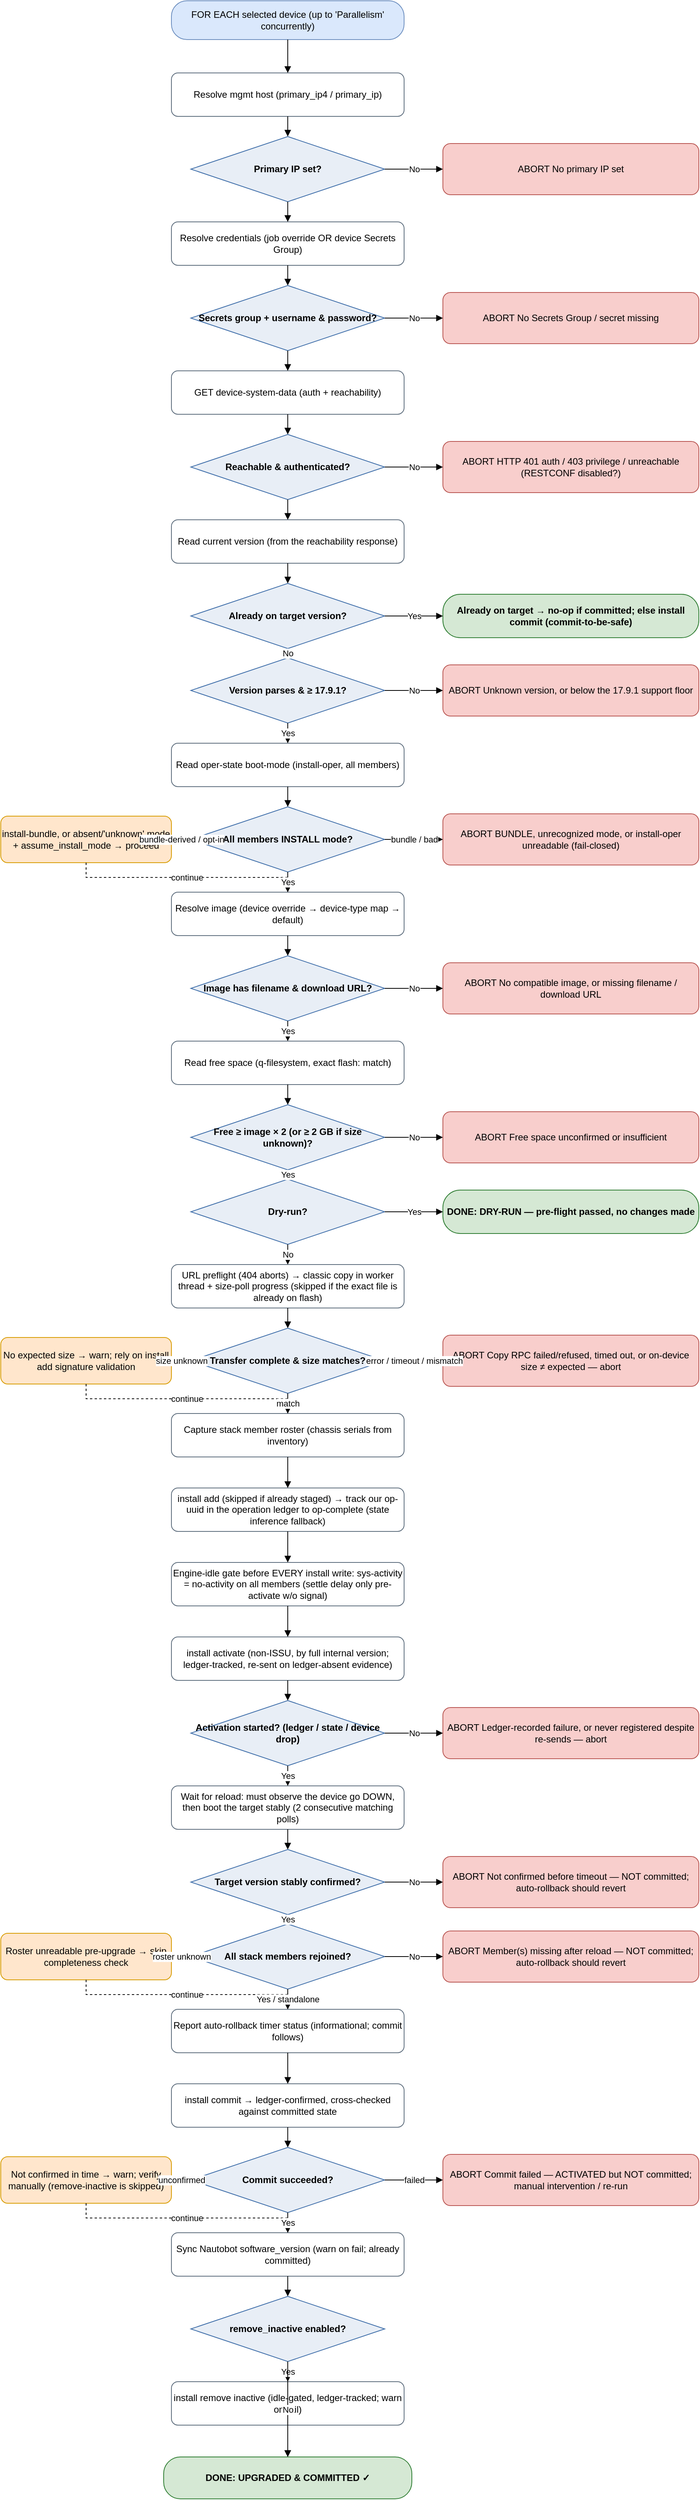
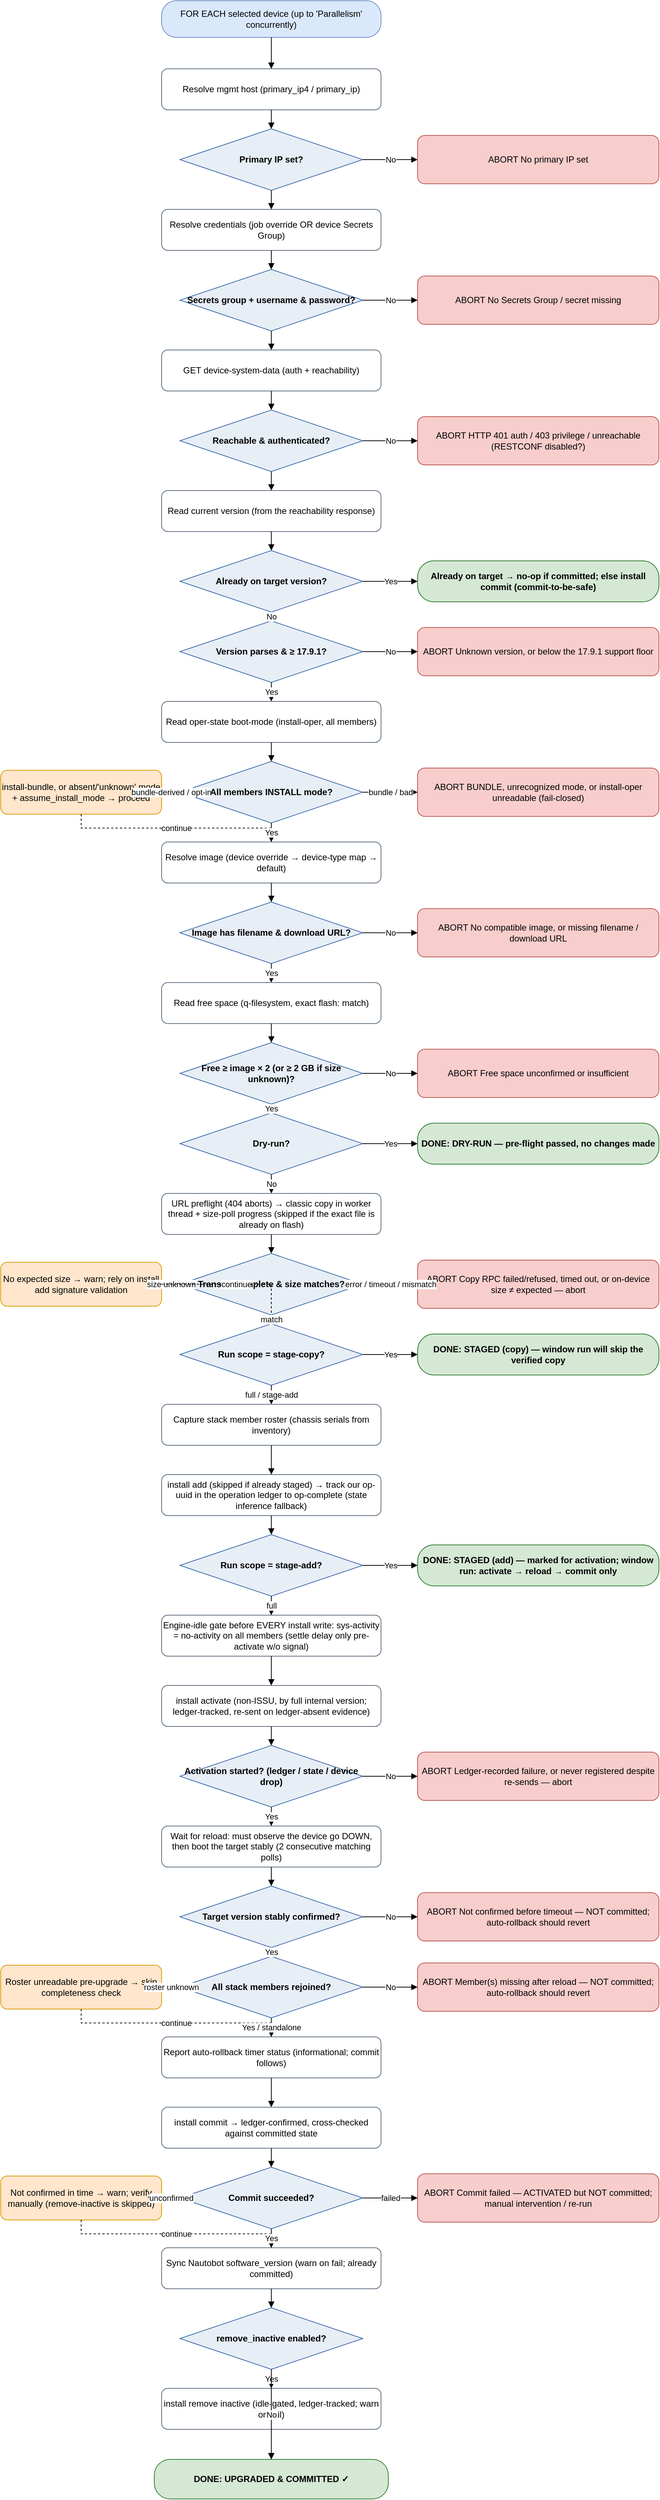
<mxfile host="app.diagrams.net" type="device">
  <diagram name="IOS-XE upgrade flow" id="iosxe-upgrade-flow">
    <mxGraphModel dx="1000" dy="2000" grid="1" gridSize="10" guides="1" tooltips="1"
        connect="1" arrows="1" fold="1" page="1" pageScale="1" math="0" shadow="0">
      <root>
        <mxCell id="0"/>
        <mxCell id="1" parent="0"/>
        <mxCell id="start" value="FOR EACH selected device&amp;#10;(up to &#x27;Parallelism&#x27; concurrently)" style="rounded=1;arcSize=40;whiteSpace=wrap;html=1;fillColor=#DAE8FC;strokeColor=#6C8EBF;" vertex="1" parent="1"><mxGeometry x="250" y="31" width="300" height="50" as="geometry"/></mxCell>
        <mxCell id="host" value="Resolve mgmt host&amp;#10;(primary_ip4 / primary_ip)" style="rounded=1;whiteSpace=wrap;html=1;fillColor=#FFFFFF;strokeColor=#5B6B7B;" vertex="1" parent="1"><mxGeometry x="250" y="124" width="300" height="56" as="geometry"/></mxCell>
        <mxCell id="d_ip" value="Primary IP set?" style="rhombus;whiteSpace=wrap;html=1;fillColor=#E8EEF6;strokeColor=#3C6CA8;fontStyle=1;" vertex="1" parent="1"><mxGeometry x="275" y="206" width="250" height="84" as="geometry"/></mxCell>
        <mxCell id="cred" value="Resolve credentials&amp;#10;(job override OR device Secrets Group)" style="rounded=1;whiteSpace=wrap;html=1;fillColor=#FFFFFF;strokeColor=#5B6B7B;" vertex="1" parent="1"><mxGeometry x="250" y="316" width="300" height="56" as="geometry"/></mxCell>
        <mxCell id="d_cred" value="Secrets group +&amp;#10;username &amp; password?" style="rhombus;whiteSpace=wrap;html=1;fillColor=#E8EEF6;strokeColor=#3C6CA8;fontStyle=1;" vertex="1" parent="1"><mxGeometry x="275" y="398" width="250" height="84" as="geometry"/></mxCell>
        <mxCell id="reach" value="GET device-system-data&amp;#10;(auth + reachability)" style="rounded=1;whiteSpace=wrap;html=1;fillColor=#FFFFFF;strokeColor=#5B6B7B;" vertex="1" parent="1"><mxGeometry x="250" y="508" width="300" height="56" as="geometry"/></mxCell>
        <mxCell id="d_reach" value="Reachable &amp;&amp;#10;authenticated?" style="rhombus;whiteSpace=wrap;html=1;fillColor=#E8EEF6;strokeColor=#3C6CA8;fontStyle=1;" vertex="1" parent="1"><mxGeometry x="275" y="590" width="250" height="84" as="geometry"/></mxCell>
        <mxCell id="curr" value="Read current version&amp;#10;(from the reachability response)" style="rounded=1;whiteSpace=wrap;html=1;fillColor=#FFFFFF;strokeColor=#5B6B7B;" vertex="1" parent="1"><mxGeometry x="250" y="700" width="300" height="56" as="geometry"/></mxCell>
        <mxCell id="d_target" value="Already on&amp;#10;target version?" style="rhombus;whiteSpace=wrap;html=1;fillColor=#E8EEF6;strokeColor=#3C6CA8;fontStyle=1;" vertex="1" parent="1"><mxGeometry x="275" y="782" width="250" height="84" as="geometry"/></mxCell>
        <mxCell id="d_floor" value="Version parses&amp;#10;&amp; ≥ 17.9.1?" style="rhombus;whiteSpace=wrap;html=1;fillColor=#E8EEF6;strokeColor=#3C6CA8;fontStyle=1;" vertex="1" parent="1"><mxGeometry x="275" y="878" width="250" height="84" as="geometry"/></mxCell>
        <mxCell id="mode" value="Read oper-state boot-mode&amp;#10;(install-oper, all members)" style="rounded=1;whiteSpace=wrap;html=1;fillColor=#FFFFFF;strokeColor=#5B6B7B;" vertex="1" parent="1"><mxGeometry x="250" y="988" width="300" height="56" as="geometry"/></mxCell>
        <mxCell id="d_mode" value="All members&amp;#10;INSTALL mode?" style="rhombus;whiteSpace=wrap;html=1;fillColor=#E8EEF6;strokeColor=#3C6CA8;fontStyle=1;" vertex="1" parent="1"><mxGeometry x="275" y="1070" width="250" height="84" as="geometry"/></mxCell>
        <mxCell id="img" value="Resolve image (device override →&amp;#10;device-type map → default)" style="rounded=1;whiteSpace=wrap;html=1;fillColor=#FFFFFF;strokeColor=#5B6B7B;" vertex="1" parent="1"><mxGeometry x="250" y="1180" width="300" height="56" as="geometry"/></mxCell>
        <mxCell id="d_img" value="Image has filename&amp;#10;&amp; download URL?" style="rhombus;whiteSpace=wrap;html=1;fillColor=#E8EEF6;strokeColor=#3C6CA8;fontStyle=1;" vertex="1" parent="1"><mxGeometry x="275" y="1262" width="250" height="84" as="geometry"/></mxCell>
        <mxCell id="space" value="Read free space&amp;#10;(q-filesystem, exact flash: match)" style="rounded=1;whiteSpace=wrap;html=1;fillColor=#FFFFFF;strokeColor=#5B6B7B;" vertex="1" parent="1"><mxGeometry x="250" y="1372" width="300" height="56" as="geometry"/></mxCell>
        <mxCell id="d_space" value="Free ≥ image × 2&amp;#10;(or ≥ 2 GB if size unknown)?" style="rhombus;whiteSpace=wrap;html=1;fillColor=#E8EEF6;strokeColor=#3C6CA8;fontStyle=1;" vertex="1" parent="1"><mxGeometry x="275" y="1454" width="250" height="84" as="geometry"/></mxCell>
        <mxCell id="d_dry" value="Dry-run?" style="rhombus;whiteSpace=wrap;html=1;fillColor=#E8EEF6;strokeColor=#3C6CA8;fontStyle=1;" vertex="1" parent="1"><mxGeometry x="275" y="1550" width="250" height="84" as="geometry"/></mxCell>
        <mxCell id="copy" value="URL preflight (404 aborts) → classic copy in&amp;#10;worker thread + size-poll progress&amp;#10;(skipped if the exact file is already on flash)" style="rounded=1;whiteSpace=wrap;html=1;fillColor=#FFFFFF;strokeColor=#5B6B7B;" vertex="1" parent="1"><mxGeometry x="250" y="1660" width="300" height="56" as="geometry"/></mxCell>
        <mxCell id="d_size" value="Transfer complete&amp;#10;&amp; size matches?" style="rhombus;whiteSpace=wrap;html=1;fillColor=#E8EEF6;strokeColor=#3C6CA8;fontStyle=1;" vertex="1" parent="1"><mxGeometry x="275" y="1742" width="250" height="84" as="geometry"/></mxCell>
-         <mxCell id="roster" value="Capture stack member roster&amp;#10;(chassis serials from inventory)" style="rounded=1;whiteSpace=wrap;html=1;fillColor=#FFFFFF;strokeColor=#5B6B7B;" vertex="1" parent="1"><mxGeometry x="250" y="1852" width="300" height="56" as="geometry"/></mxCell>
-         <mxCell id="add" value="install add (skipped if already staged) →&amp;#10;track our op-uuid in the operation ledger&amp;#10;to op-complete (state inference fallback)" style="rounded=1;whiteSpace=wrap;html=1;fillColor=#FFFFFF;strokeColor=#5B6B7B;" vertex="1" parent="1"><mxGeometry x="250" y="1948" width="300" height="56" as="geometry"/></mxCell>
-         <mxCell id="idle" value="Engine-idle gate before EVERY install write:&amp;#10;sys-activity = no-activity on all members&amp;#10;(settle delay only pre-activate w/o signal)" style="rounded=1;whiteSpace=wrap;html=1;fillColor=#FFFFFF;strokeColor=#5B6B7B;" vertex="1" parent="1"><mxGeometry x="250" y="2044" width="300" height="56" as="geometry"/></mxCell>
-         <mxCell id="act" value="install activate (non-ISSU, by full internal&amp;#10;version; ledger-tracked,&amp;#10;re-sent on ledger-absent evidence)" style="rounded=1;whiteSpace=wrap;html=1;fillColor=#FFFFFF;strokeColor=#5B6B7B;" vertex="1" parent="1"><mxGeometry x="250" y="2140" width="300" height="56" as="geometry"/></mxCell>
-         <mxCell id="d_act" value="Activation started?&amp;#10;(ledger / state / device drop)" style="rhombus;whiteSpace=wrap;html=1;fillColor=#E8EEF6;strokeColor=#3C6CA8;fontStyle=1;" vertex="1" parent="1"><mxGeometry x="275" y="2222" width="250" height="84" as="geometry"/></mxCell>
-         <mxCell id="waitc" value="Wait for reload: must observe the device&amp;#10;go DOWN, then boot the target stably&amp;#10;(2 consecutive matching polls)" style="rounded=1;whiteSpace=wrap;html=1;fillColor=#FFFFFF;strokeColor=#5B6B7B;" vertex="1" parent="1"><mxGeometry x="250" y="2332" width="300" height="56" as="geometry"/></mxCell>
-         <mxCell id="d_confirm" value="Target version&amp;#10;stably confirmed?" style="rhombus;whiteSpace=wrap;html=1;fillColor=#E8EEF6;strokeColor=#3C6CA8;fontStyle=1;" vertex="1" parent="1"><mxGeometry x="275" y="2414" width="250" height="84" as="geometry"/></mxCell>
-         <mxCell id="d_members" value="All stack members&amp;#10;rejoined?" style="rhombus;whiteSpace=wrap;html=1;fillColor=#E8EEF6;strokeColor=#3C6CA8;fontStyle=1;" vertex="1" parent="1"><mxGeometry x="275" y="2510" width="250" height="84" as="geometry"/></mxCell>
-         <mxCell id="rollbackchk" value="Report auto-rollback timer status&amp;#10;(informational; commit follows)" style="rounded=1;whiteSpace=wrap;html=1;fillColor=#FFFFFF;strokeColor=#5B6B7B;" vertex="1" parent="1"><mxGeometry x="250" y="2620" width="300" height="56" as="geometry"/></mxCell>
-         <mxCell id="commit" value="install commit → ledger-confirmed,&amp;#10;cross-checked against committed state" style="rounded=1;whiteSpace=wrap;html=1;fillColor=#FFFFFF;strokeColor=#5B6B7B;" vertex="1" parent="1"><mxGeometry x="250" y="2716" width="300" height="56" as="geometry"/></mxCell>
-         <mxCell id="d_commit" value="Commit&amp;#10;succeeded?" style="rhombus;whiteSpace=wrap;html=1;fillColor=#E8EEF6;strokeColor=#3C6CA8;fontStyle=1;" vertex="1" parent="1"><mxGeometry x="275" y="2798" width="250" height="84" as="geometry"/></mxCell>
-         <mxCell id="sync" value="Sync Nautobot software_version&amp;#10;(warn on fail; already committed)" style="rounded=1;whiteSpace=wrap;html=1;fillColor=#FFFFFF;strokeColor=#5B6B7B;" vertex="1" parent="1"><mxGeometry x="250" y="2908" width="300" height="56" as="geometry"/></mxCell>
-         <mxCell id="d_remove" value="remove_inactive&amp;#10;enabled?" style="rhombus;whiteSpace=wrap;html=1;fillColor=#E8EEF6;strokeColor=#3C6CA8;fontStyle=1;" vertex="1" parent="1"><mxGeometry x="275" y="2990" width="250" height="84" as="geometry"/></mxCell>
-         <mxCell id="remove" value="install remove inactive (idle-gated,&amp;#10;ledger-tracked; warn on fail)" style="rounded=1;whiteSpace=wrap;html=1;fillColor=#FFFFFF;strokeColor=#5B6B7B;" vertex="1" parent="1"><mxGeometry x="250" y="3100" width="300" height="56" as="geometry"/></mxCell>
-         <mxCell id="ok" value="DONE: UPGRADED &amp; COMMITTED ✓" style="rounded=1;arcSize=40;whiteSpace=wrap;html=1;fillColor=#D5E8D4;strokeColor=#2E7D32;fontStyle=1;" vertex="1" parent="1"><mxGeometry x="240" y="3197" width="320" height="54" as="geometry"/></mxCell>
+         <mxCell id="d_stagecopy" value="Run scope =&amp;#10;stage-copy?" style="rhombus;whiteSpace=wrap;html=1;fillColor=#E8EEF6;strokeColor=#3C6CA8;fontStyle=1;" vertex="1" parent="1"><mxGeometry x="275" y="1838" width="250" height="84" as="geometry"/></mxCell>
+         <mxCell id="roster" value="Capture stack member roster&amp;#10;(chassis serials from inventory)" style="rounded=1;whiteSpace=wrap;html=1;fillColor=#FFFFFF;strokeColor=#5B6B7B;" vertex="1" parent="1"><mxGeometry x="250" y="1948" width="300" height="56" as="geometry"/></mxCell>
+         <mxCell id="add" value="install add (skipped if already staged) →&amp;#10;track our op-uuid in the operation ledger&amp;#10;to op-complete (state inference fallback)" style="rounded=1;whiteSpace=wrap;html=1;fillColor=#FFFFFF;strokeColor=#5B6B7B;" vertex="1" parent="1"><mxGeometry x="250" y="2044" width="300" height="56" as="geometry"/></mxCell>
+         <mxCell id="d_stageadd" value="Run scope =&amp;#10;stage-add?" style="rhombus;whiteSpace=wrap;html=1;fillColor=#E8EEF6;strokeColor=#3C6CA8;fontStyle=1;" vertex="1" parent="1"><mxGeometry x="275" y="2126" width="250" height="84" as="geometry"/></mxCell>
+         <mxCell id="idle" value="Engine-idle gate before EVERY install write:&amp;#10;sys-activity = no-activity on all members&amp;#10;(settle delay only pre-activate w/o signal)" style="rounded=1;whiteSpace=wrap;html=1;fillColor=#FFFFFF;strokeColor=#5B6B7B;" vertex="1" parent="1"><mxGeometry x="250" y="2236" width="300" height="56" as="geometry"/></mxCell>
+         <mxCell id="act" value="install activate (non-ISSU, by full internal&amp;#10;version; ledger-tracked,&amp;#10;re-sent on ledger-absent evidence)" style="rounded=1;whiteSpace=wrap;html=1;fillColor=#FFFFFF;strokeColor=#5B6B7B;" vertex="1" parent="1"><mxGeometry x="250" y="2332" width="300" height="56" as="geometry"/></mxCell>
+         <mxCell id="d_act" value="Activation started?&amp;#10;(ledger / state / device drop)" style="rhombus;whiteSpace=wrap;html=1;fillColor=#E8EEF6;strokeColor=#3C6CA8;fontStyle=1;" vertex="1" parent="1"><mxGeometry x="275" y="2414" width="250" height="84" as="geometry"/></mxCell>
+         <mxCell id="waitc" value="Wait for reload: must observe the device&amp;#10;go DOWN, then boot the target stably&amp;#10;(2 consecutive matching polls)" style="rounded=1;whiteSpace=wrap;html=1;fillColor=#FFFFFF;strokeColor=#5B6B7B;" vertex="1" parent="1"><mxGeometry x="250" y="2524" width="300" height="56" as="geometry"/></mxCell>
+         <mxCell id="d_confirm" value="Target version&amp;#10;stably confirmed?" style="rhombus;whiteSpace=wrap;html=1;fillColor=#E8EEF6;strokeColor=#3C6CA8;fontStyle=1;" vertex="1" parent="1"><mxGeometry x="275" y="2606" width="250" height="84" as="geometry"/></mxCell>
+         <mxCell id="d_members" value="All stack members&amp;#10;rejoined?" style="rhombus;whiteSpace=wrap;html=1;fillColor=#E8EEF6;strokeColor=#3C6CA8;fontStyle=1;" vertex="1" parent="1"><mxGeometry x="275" y="2702" width="250" height="84" as="geometry"/></mxCell>
+         <mxCell id="rollbackchk" value="Report auto-rollback timer status&amp;#10;(informational; commit follows)" style="rounded=1;whiteSpace=wrap;html=1;fillColor=#FFFFFF;strokeColor=#5B6B7B;" vertex="1" parent="1"><mxGeometry x="250" y="2812" width="300" height="56" as="geometry"/></mxCell>
+         <mxCell id="commit" value="install commit → ledger-confirmed,&amp;#10;cross-checked against committed state" style="rounded=1;whiteSpace=wrap;html=1;fillColor=#FFFFFF;strokeColor=#5B6B7B;" vertex="1" parent="1"><mxGeometry x="250" y="2908" width="300" height="56" as="geometry"/></mxCell>
+         <mxCell id="d_commit" value="Commit&amp;#10;succeeded?" style="rhombus;whiteSpace=wrap;html=1;fillColor=#E8EEF6;strokeColor=#3C6CA8;fontStyle=1;" vertex="1" parent="1"><mxGeometry x="275" y="2990" width="250" height="84" as="geometry"/></mxCell>
+         <mxCell id="sync" value="Sync Nautobot software_version&amp;#10;(warn on fail; already committed)" style="rounded=1;whiteSpace=wrap;html=1;fillColor=#FFFFFF;strokeColor=#5B6B7B;" vertex="1" parent="1"><mxGeometry x="250" y="3100" width="300" height="56" as="geometry"/></mxCell>
+         <mxCell id="d_remove" value="remove_inactive&amp;#10;enabled?" style="rhombus;whiteSpace=wrap;html=1;fillColor=#E8EEF6;strokeColor=#3C6CA8;fontStyle=1;" vertex="1" parent="1"><mxGeometry x="275" y="3182" width="250" height="84" as="geometry"/></mxCell>
+         <mxCell id="remove" value="install remove inactive (idle-gated,&amp;#10;ledger-tracked; warn on fail)" style="rounded=1;whiteSpace=wrap;html=1;fillColor=#FFFFFF;strokeColor=#5B6B7B;" vertex="1" parent="1"><mxGeometry x="250" y="3292" width="300" height="56" as="geometry"/></mxCell>
+         <mxCell id="ok" value="DONE: UPGRADED &amp; COMMITTED ✓" style="rounded=1;arcSize=40;whiteSpace=wrap;html=1;fillColor=#D5E8D4;strokeColor=#2E7D32;fontStyle=1;" vertex="1" parent="1"><mxGeometry x="240" y="3389" width="320" height="54" as="geometry"/></mxCell>
        <mxCell id="d_ip_abort" value="ABORT&amp;#10;No primary IP set" style="rounded=1;whiteSpace=wrap;html=1;fillColor=#F8CECC;strokeColor=#B85450;" vertex="1" parent="1"><mxGeometry x="600" y="215" width="330" height="66" as="geometry"/></mxCell>
        <mxCell id="d_cred_abort" value="ABORT&amp;#10;No Secrets Group / secret missing" style="rounded=1;whiteSpace=wrap;html=1;fillColor=#F8CECC;strokeColor=#B85450;" vertex="1" parent="1"><mxGeometry x="600" y="407" width="330" height="66" as="geometry"/></mxCell>
        <mxCell id="d_reach_abort" value="ABORT&amp;#10;HTTP 401 auth / 403 privilege /&amp;#10;unreachable (RESTCONF disabled?)" style="rounded=1;whiteSpace=wrap;html=1;fillColor=#F8CECC;strokeColor=#B85450;" vertex="1" parent="1"><mxGeometry x="600" y="599" width="330" height="66" as="geometry"/></mxCell>
        <mxCell id="d_target_ok" value="Already on target → no-op if committed;&amp;#10;else install commit (commit-to-be-safe)" style="rounded=1;arcSize=40;whiteSpace=wrap;html=1;fillColor=#D5E8D4;strokeColor=#2E7D32;fontStyle=1;" vertex="1" parent="1"><mxGeometry x="600" y="796" width="330" height="56" as="geometry"/></mxCell>
        <mxCell id="d_floor_abort" value="ABORT&amp;#10;Unknown version, or below the&amp;#10;17.9.1 support floor" style="rounded=1;whiteSpace=wrap;html=1;fillColor=#F8CECC;strokeColor=#B85450;" vertex="1" parent="1"><mxGeometry x="600" y="887" width="330" height="66" as="geometry"/></mxCell>
        <mxCell id="d_mode_abort" value="ABORT&amp;#10;BUNDLE, unrecognized mode, or&amp;#10;install-oper unreadable (fail-closed)" style="rounded=1;whiteSpace=wrap;html=1;fillColor=#F8CECC;strokeColor=#B85450;" vertex="1" parent="1"><mxGeometry x="600" y="1079" width="330" height="66" as="geometry"/></mxCell>
        <mxCell id="d_mode_warn" value="install-bundle, or absent/&#x27;unknown&#x27;&amp;#10;mode + assume_install_mode → proceed" style="rounded=1;whiteSpace=wrap;html=1;fillColor=#FFE6CC;strokeColor=#D79B00;" vertex="1" parent="1"><mxGeometry x="30" y="1082" width="220" height="60" as="geometry"/></mxCell>
        <mxCell id="d_img_abort" value="ABORT&amp;#10;No compatible image, or missing&amp;#10;filename / download URL" style="rounded=1;whiteSpace=wrap;html=1;fillColor=#F8CECC;strokeColor=#B85450;" vertex="1" parent="1"><mxGeometry x="600" y="1271" width="330" height="66" as="geometry"/></mxCell>
        <mxCell id="d_space_abort" value="ABORT&amp;#10;Free space unconfirmed or&amp;#10;insufficient" style="rounded=1;whiteSpace=wrap;html=1;fillColor=#F8CECC;strokeColor=#B85450;" vertex="1" parent="1"><mxGeometry x="600" y="1463" width="330" height="66" as="geometry"/></mxCell>
        <mxCell id="d_dry_ok" value="DONE: DRY-RUN — pre-flight&amp;#10;passed, no changes made" style="rounded=1;arcSize=40;whiteSpace=wrap;html=1;fillColor=#D5E8D4;strokeColor=#2E7D32;fontStyle=1;" vertex="1" parent="1"><mxGeometry x="600" y="1564" width="330" height="56" as="geometry"/></mxCell>
        <mxCell id="d_size_abort" value="ABORT&amp;#10;Copy RPC failed/refused, timed out,&amp;#10;or on-device size ≠ expected — abort" style="rounded=1;whiteSpace=wrap;html=1;fillColor=#F8CECC;strokeColor=#B85450;" vertex="1" parent="1"><mxGeometry x="600" y="1751" width="330" height="66" as="geometry"/></mxCell>
        <mxCell id="d_size_warn" value="No expected size → warn; rely on&amp;#10;install add signature validation" style="rounded=1;whiteSpace=wrap;html=1;fillColor=#FFE6CC;strokeColor=#D79B00;" vertex="1" parent="1"><mxGeometry x="30" y="1754" width="220" height="60" as="geometry"/></mxCell>
-         <mxCell id="d_act_abort" value="ABORT&amp;#10;Ledger-recorded failure, or never&amp;#10;registered despite re-sends — abort" style="rounded=1;whiteSpace=wrap;html=1;fillColor=#F8CECC;strokeColor=#B85450;" vertex="1" parent="1"><mxGeometry x="600" y="2231" width="330" height="66" as="geometry"/></mxCell>
-         <mxCell id="d_confirm_abort" value="ABORT&amp;#10;Not confirmed before timeout — NOT&amp;#10;committed; auto-rollback should revert" style="rounded=1;whiteSpace=wrap;html=1;fillColor=#F8CECC;strokeColor=#B85450;" vertex="1" parent="1"><mxGeometry x="600" y="2423" width="330" height="66" as="geometry"/></mxCell>
-         <mxCell id="d_members_abort" value="ABORT&amp;#10;Member(s) missing after reload — NOT&amp;#10;committed; auto-rollback should revert" style="rounded=1;whiteSpace=wrap;html=1;fillColor=#F8CECC;strokeColor=#B85450;" vertex="1" parent="1"><mxGeometry x="600" y="2519" width="330" height="66" as="geometry"/></mxCell>
-         <mxCell id="d_members_warn" value="Roster unreadable pre-upgrade →&amp;#10;skip completeness check" style="rounded=1;whiteSpace=wrap;html=1;fillColor=#FFE6CC;strokeColor=#D79B00;" vertex="1" parent="1"><mxGeometry x="30" y="2522" width="220" height="60" as="geometry"/></mxCell>
-         <mxCell id="d_commit_abort" value="ABORT&amp;#10;Commit failed — ACTIVATED but NOT&amp;#10;committed; manual intervention / re-run" style="rounded=1;whiteSpace=wrap;html=1;fillColor=#F8CECC;strokeColor=#B85450;" vertex="1" parent="1"><mxGeometry x="600" y="2807" width="330" height="66" as="geometry"/></mxCell>
-         <mxCell id="d_commit_warn" value="Not confirmed in time → warn;&amp;#10;verify manually (remove-inactive&amp;#10;is skipped)" style="rounded=1;whiteSpace=wrap;html=1;fillColor=#FFE6CC;strokeColor=#D79B00;" vertex="1" parent="1"><mxGeometry x="30" y="2810" width="220" height="60" as="geometry"/></mxCell>
+         <mxCell id="d_stagecopy_ok" value="DONE: STAGED (copy) — window run&amp;#10;will skip the verified copy" style="rounded=1;arcSize=40;whiteSpace=wrap;html=1;fillColor=#D5E8D4;strokeColor=#2E7D32;fontStyle=1;" vertex="1" parent="1"><mxGeometry x="600" y="1852" width="330" height="56" as="geometry"/></mxCell>
+         <mxCell id="d_stageadd_ok" value="DONE: STAGED (add) — marked for&amp;#10;activation; window run: activate →&amp;#10;reload → commit only" style="rounded=1;arcSize=40;whiteSpace=wrap;html=1;fillColor=#D5E8D4;strokeColor=#2E7D32;fontStyle=1;" vertex="1" parent="1"><mxGeometry x="600" y="2140" width="330" height="56" as="geometry"/></mxCell>
+         <mxCell id="d_act_abort" value="ABORT&amp;#10;Ledger-recorded failure, or never&amp;#10;registered despite re-sends — abort" style="rounded=1;whiteSpace=wrap;html=1;fillColor=#F8CECC;strokeColor=#B85450;" vertex="1" parent="1"><mxGeometry x="600" y="2423" width="330" height="66" as="geometry"/></mxCell>
+         <mxCell id="d_confirm_abort" value="ABORT&amp;#10;Not confirmed before timeout — NOT&amp;#10;committed; auto-rollback should revert" style="rounded=1;whiteSpace=wrap;html=1;fillColor=#F8CECC;strokeColor=#B85450;" vertex="1" parent="1"><mxGeometry x="600" y="2615" width="330" height="66" as="geometry"/></mxCell>
+         <mxCell id="d_members_abort" value="ABORT&amp;#10;Member(s) missing after reload — NOT&amp;#10;committed; auto-rollback should revert" style="rounded=1;whiteSpace=wrap;html=1;fillColor=#F8CECC;strokeColor=#B85450;" vertex="1" parent="1"><mxGeometry x="600" y="2711" width="330" height="66" as="geometry"/></mxCell>
+         <mxCell id="d_members_warn" value="Roster unreadable pre-upgrade →&amp;#10;skip completeness check" style="rounded=1;whiteSpace=wrap;html=1;fillColor=#FFE6CC;strokeColor=#D79B00;" vertex="1" parent="1"><mxGeometry x="30" y="2714" width="220" height="60" as="geometry"/></mxCell>
+         <mxCell id="d_commit_abort" value="ABORT&amp;#10;Commit failed — ACTIVATED but NOT&amp;#10;committed; manual intervention / re-run" style="rounded=1;whiteSpace=wrap;html=1;fillColor=#F8CECC;strokeColor=#B85450;" vertex="1" parent="1"><mxGeometry x="600" y="2999" width="330" height="66" as="geometry"/></mxCell>
+         <mxCell id="d_commit_warn" value="Not confirmed in time → warn;&amp;#10;verify manually (remove-inactive&amp;#10;is skipped)" style="rounded=1;whiteSpace=wrap;html=1;fillColor=#FFE6CC;strokeColor=#D79B00;" vertex="1" parent="1"><mxGeometry x="30" y="3002" width="220" height="60" as="geometry"/></mxCell>
        <mxCell id="e_d_ip_abort" value="No" style="edgeStyle=orthogonalEdgeStyle;rounded=0;html=1;endArrow=block;" edge="1" parent="1" source="d_ip" target="d_ip_abort"><mxGeometry relative="1" as="geometry"/></mxCell>
        <mxCell id="e_d_cred_abort" value="No" style="edgeStyle=orthogonalEdgeStyle;rounded=0;html=1;endArrow=block;" edge="1" parent="1" source="d_cred" target="d_cred_abort"><mxGeometry relative="1" as="geometry"/></mxCell>
        <mxCell id="e_d_reach_abort" value="No" style="edgeStyle=orthogonalEdgeStyle;rounded=0;html=1;endArrow=block;" edge="1" parent="1" source="d_reach" target="d_reach_abort"><mxGeometry relative="1" as="geometry"/></mxCell>
        <mxCell id="e_d_target_ok" value="Yes" style="edgeStyle=orthogonalEdgeStyle;rounded=0;html=1;endArrow=block;" edge="1" parent="1" source="d_target" target="d_target_ok"><mxGeometry relative="1" as="geometry"/></mxCell>
        <mxCell id="e_d_floor_abort" value="No" style="edgeStyle=orthogonalEdgeStyle;rounded=0;html=1;endArrow=block;" edge="1" parent="1" source="d_floor" target="d_floor_abort"><mxGeometry relative="1" as="geometry"/></mxCell>
        <mxCell id="e_d_mode_abort" value="bundle / bad" style="edgeStyle=orthogonalEdgeStyle;rounded=0;html=1;endArrow=block;" edge="1" parent="1" source="d_mode" target="d_mode_abort"><mxGeometry relative="1" as="geometry"/></mxCell>
        <mxCell id="e_d_mode_warn" value="bundle-derived /
opt-in" style="edgeStyle=orthogonalEdgeStyle;rounded=0;html=1;endArrow=block;" edge="1" parent="1" source="d_mode" target="d_mode_warn"><mxGeometry relative="1" as="geometry"/></mxCell>
        <mxCell id="e_d_mode_warn_join" value="continue" style="edgeStyle=orthogonalEdgeStyle;rounded=0;html=1;endArrow=block;dashed=1;" edge="1" parent="1" source="d_mode_warn" target="img"><mxGeometry relative="1" as="geometry"/></mxCell>
        <mxCell id="e_d_img_abort" value="No" style="edgeStyle=orthogonalEdgeStyle;rounded=0;html=1;endArrow=block;" edge="1" parent="1" source="d_img" target="d_img_abort"><mxGeometry relative="1" as="geometry"/></mxCell>
        <mxCell id="e_d_space_abort" value="No" style="edgeStyle=orthogonalEdgeStyle;rounded=0;html=1;endArrow=block;" edge="1" parent="1" source="d_space" target="d_space_abort"><mxGeometry relative="1" as="geometry"/></mxCell>
        <mxCell id="e_d_dry_ok" value="Yes" style="edgeStyle=orthogonalEdgeStyle;rounded=0;html=1;endArrow=block;" edge="1" parent="1" source="d_dry" target="d_dry_ok"><mxGeometry relative="1" as="geometry"/></mxCell>
        <mxCell id="e_d_size_abort" value="error / timeout /
mismatch" style="edgeStyle=orthogonalEdgeStyle;rounded=0;html=1;endArrow=block;" edge="1" parent="1" source="d_size" target="d_size_abort"><mxGeometry relative="1" as="geometry"/></mxCell>
        <mxCell id="e_d_size_warn" value="size unknown" style="edgeStyle=orthogonalEdgeStyle;rounded=0;html=1;endArrow=block;" edge="1" parent="1" source="d_size" target="d_size_warn"><mxGeometry relative="1" as="geometry"/></mxCell>
-         <mxCell id="e_d_size_warn_join" value="continue" style="edgeStyle=orthogonalEdgeStyle;rounded=0;html=1;endArrow=block;dashed=1;" edge="1" parent="1" source="d_size_warn" target="roster"><mxGeometry relative="1" as="geometry"/></mxCell>
+         <mxCell id="e_d_size_warn_join" value="continue" style="edgeStyle=orthogonalEdgeStyle;rounded=0;html=1;endArrow=block;dashed=1;" edge="1" parent="1" source="d_size_warn" target="d_stagecopy"><mxGeometry relative="1" as="geometry"/></mxCell>
+         <mxCell id="e_d_stagecopy_ok" value="Yes" style="edgeStyle=orthogonalEdgeStyle;rounded=0;html=1;endArrow=block;" edge="1" parent="1" source="d_stagecopy" target="d_stagecopy_ok"><mxGeometry relative="1" as="geometry"/></mxCell>
+         <mxCell id="e_d_stageadd_ok" value="Yes" style="edgeStyle=orthogonalEdgeStyle;rounded=0;html=1;endArrow=block;" edge="1" parent="1" source="d_stageadd" target="d_stageadd_ok"><mxGeometry relative="1" as="geometry"/></mxCell>
        <mxCell id="e_d_act_abort" value="No" style="edgeStyle=orthogonalEdgeStyle;rounded=0;html=1;endArrow=block;" edge="1" parent="1" source="d_act" target="d_act_abort"><mxGeometry relative="1" as="geometry"/></mxCell>
        <mxCell id="e_d_confirm_abort" value="No" style="edgeStyle=orthogonalEdgeStyle;rounded=0;html=1;endArrow=block;" edge="1" parent="1" source="d_confirm" target="d_confirm_abort"><mxGeometry relative="1" as="geometry"/></mxCell>
        <mxCell id="e_d_members_abort" value="No" style="edgeStyle=orthogonalEdgeStyle;rounded=0;html=1;endArrow=block;" edge="1" parent="1" source="d_members" target="d_members_abort"><mxGeometry relative="1" as="geometry"/></mxCell>
        <mxCell id="e_d_members_warn" value="roster unknown" style="edgeStyle=orthogonalEdgeStyle;rounded=0;html=1;endArrow=block;" edge="1" parent="1" source="d_members" target="d_members_warn"><mxGeometry relative="1" as="geometry"/></mxCell>
        <mxCell id="e_d_members_warn_join" value="continue" style="edgeStyle=orthogonalEdgeStyle;rounded=0;html=1;endArrow=block;dashed=1;" edge="1" parent="1" source="d_members_warn" target="rollbackchk"><mxGeometry relative="1" as="geometry"/></mxCell>
        <mxCell id="e_d_commit_abort" value="failed" style="edgeStyle=orthogonalEdgeStyle;rounded=0;html=1;endArrow=block;" edge="1" parent="1" source="d_commit" target="d_commit_abort"><mxGeometry relative="1" as="geometry"/></mxCell>
        <mxCell id="e_d_commit_warn" value="unconfirmed" style="edgeStyle=orthogonalEdgeStyle;rounded=0;html=1;endArrow=block;" edge="1" parent="1" source="d_commit" target="d_commit_warn"><mxGeometry relative="1" as="geometry"/></mxCell>
        <mxCell id="e_d_commit_warn_join" value="continue" style="edgeStyle=orthogonalEdgeStyle;rounded=0;html=1;endArrow=block;dashed=1;" edge="1" parent="1" source="d_commit_warn" target="sync"><mxGeometry relative="1" as="geometry"/></mxCell>
        <mxCell id="e_start_host" value="" style="edgeStyle=orthogonalEdgeStyle;rounded=0;html=1;endArrow=block;" edge="1" parent="1" source="start" target="host"><mxGeometry relative="1" as="geometry"/></mxCell>
        <mxCell id="e_host_d_ip" value="" style="edgeStyle=orthogonalEdgeStyle;rounded=0;html=1;endArrow=block;" edge="1" parent="1" source="host" target="d_ip"><mxGeometry relative="1" as="geometry"/></mxCell>
        <mxCell id="e_d_ip_cred" value="" style="edgeStyle=orthogonalEdgeStyle;rounded=0;html=1;endArrow=block;" edge="1" parent="1" source="d_ip" target="cred"><mxGeometry relative="1" as="geometry"/></mxCell>
        <mxCell id="e_cred_d_cred" value="" style="edgeStyle=orthogonalEdgeStyle;rounded=0;html=1;endArrow=block;" edge="1" parent="1" source="cred" target="d_cred"><mxGeometry relative="1" as="geometry"/></mxCell>
        <mxCell id="e_d_cred_reach" value="" style="edgeStyle=orthogonalEdgeStyle;rounded=0;html=1;endArrow=block;" edge="1" parent="1" source="d_cred" target="reach"><mxGeometry relative="1" as="geometry"/></mxCell>
        <mxCell id="e_reach_d_reach" value="" style="edgeStyle=orthogonalEdgeStyle;rounded=0;html=1;endArrow=block;" edge="1" parent="1" source="reach" target="d_reach"><mxGeometry relative="1" as="geometry"/></mxCell>
        <mxCell id="e_d_reach_curr" value="" style="edgeStyle=orthogonalEdgeStyle;rounded=0;html=1;endArrow=block;" edge="1" parent="1" source="d_reach" target="curr"><mxGeometry relative="1" as="geometry"/></mxCell>
        <mxCell id="e_curr_d_target" value="" style="edgeStyle=orthogonalEdgeStyle;rounded=0;html=1;endArrow=block;" edge="1" parent="1" source="curr" target="d_target"><mxGeometry relative="1" as="geometry"/></mxCell>
        <mxCell id="e_d_target_d_floor" value="No" style="edgeStyle=orthogonalEdgeStyle;rounded=0;html=1;endArrow=block;" edge="1" parent="1" source="d_target" target="d_floor"><mxGeometry relative="1" as="geometry"/></mxCell>
        <mxCell id="e_d_floor_mode" value="Yes" style="edgeStyle=orthogonalEdgeStyle;rounded=0;html=1;endArrow=block;" edge="1" parent="1" source="d_floor" target="mode"><mxGeometry relative="1" as="geometry"/></mxCell>
        <mxCell id="e_mode_d_mode" value="" style="edgeStyle=orthogonalEdgeStyle;rounded=0;html=1;endArrow=block;" edge="1" parent="1" source="mode" target="d_mode"><mxGeometry relative="1" as="geometry"/></mxCell>
        <mxCell id="e_d_mode_img" value="Yes" style="edgeStyle=orthogonalEdgeStyle;rounded=0;html=1;endArrow=block;" edge="1" parent="1" source="d_mode" target="img"><mxGeometry relative="1" as="geometry"/></mxCell>
        <mxCell id="e_img_d_img" value="" style="edgeStyle=orthogonalEdgeStyle;rounded=0;html=1;endArrow=block;" edge="1" parent="1" source="img" target="d_img"><mxGeometry relative="1" as="geometry"/></mxCell>
        <mxCell id="e_d_img_space" value="Yes" style="edgeStyle=orthogonalEdgeStyle;rounded=0;html=1;endArrow=block;" edge="1" parent="1" source="d_img" target="space"><mxGeometry relative="1" as="geometry"/></mxCell>
        <mxCell id="e_space_d_space" value="" style="edgeStyle=orthogonalEdgeStyle;rounded=0;html=1;endArrow=block;" edge="1" parent="1" source="space" target="d_space"><mxGeometry relative="1" as="geometry"/></mxCell>
        <mxCell id="e_d_space_d_dry" value="Yes" style="edgeStyle=orthogonalEdgeStyle;rounded=0;html=1;endArrow=block;" edge="1" parent="1" source="d_space" target="d_dry"><mxGeometry relative="1" as="geometry"/></mxCell>
        <mxCell id="e_d_dry_copy" value="No" style="edgeStyle=orthogonalEdgeStyle;rounded=0;html=1;endArrow=block;" edge="1" parent="1" source="d_dry" target="copy"><mxGeometry relative="1" as="geometry"/></mxCell>
        <mxCell id="e_copy_d_size" value="" style="edgeStyle=orthogonalEdgeStyle;rounded=0;html=1;endArrow=block;" edge="1" parent="1" source="copy" target="d_size"><mxGeometry relative="1" as="geometry"/></mxCell>
-         <mxCell id="e_d_size_roster" value="match" style="edgeStyle=orthogonalEdgeStyle;rounded=0;html=1;endArrow=block;" edge="1" parent="1" source="d_size" target="roster"><mxGeometry relative="1" as="geometry"/></mxCell>
+         <mxCell id="e_d_size_d_stagecopy" value="match" style="edgeStyle=orthogonalEdgeStyle;rounded=0;html=1;endArrow=block;" edge="1" parent="1" source="d_size" target="d_stagecopy"><mxGeometry relative="1" as="geometry"/></mxCell>
+         <mxCell id="e_d_stagecopy_roster" value="full / stage-add" style="edgeStyle=orthogonalEdgeStyle;rounded=0;html=1;endArrow=block;" edge="1" parent="1" source="d_stagecopy" target="roster"><mxGeometry relative="1" as="geometry"/></mxCell>
        <mxCell id="e_roster_add" value="" style="edgeStyle=orthogonalEdgeStyle;rounded=0;html=1;endArrow=block;" edge="1" parent="1" source="roster" target="add"><mxGeometry relative="1" as="geometry"/></mxCell>
-         <mxCell id="e_add_idle" value="" style="edgeStyle=orthogonalEdgeStyle;rounded=0;html=1;endArrow=block;" edge="1" parent="1" source="add" target="idle"><mxGeometry relative="1" as="geometry"/></mxCell>
+         <mxCell id="e_add_d_stageadd" value="" style="edgeStyle=orthogonalEdgeStyle;rounded=0;html=1;endArrow=block;" edge="1" parent="1" source="add" target="d_stageadd"><mxGeometry relative="1" as="geometry"/></mxCell>
+         <mxCell id="e_d_stageadd_idle" value="full" style="edgeStyle=orthogonalEdgeStyle;rounded=0;html=1;endArrow=block;" edge="1" parent="1" source="d_stageadd" target="idle"><mxGeometry relative="1" as="geometry"/></mxCell>
        <mxCell id="e_idle_act" value="" style="edgeStyle=orthogonalEdgeStyle;rounded=0;html=1;endArrow=block;" edge="1" parent="1" source="idle" target="act"><mxGeometry relative="1" as="geometry"/></mxCell>
        <mxCell id="e_act_d_act" value="" style="edgeStyle=orthogonalEdgeStyle;rounded=0;html=1;endArrow=block;" edge="1" parent="1" source="act" target="d_act"><mxGeometry relative="1" as="geometry"/></mxCell>
        <mxCell id="e_d_act_waitc" value="Yes" style="edgeStyle=orthogonalEdgeStyle;rounded=0;html=1;endArrow=block;" edge="1" parent="1" source="d_act" target="waitc"><mxGeometry relative="1" as="geometry"/></mxCell>
        <mxCell id="e_waitc_d_confirm" value="" style="edgeStyle=orthogonalEdgeStyle;rounded=0;html=1;endArrow=block;" edge="1" parent="1" source="waitc" target="d_confirm"><mxGeometry relative="1" as="geometry"/></mxCell>
        <mxCell id="e_d_confirm_d_members" value="Yes" style="edgeStyle=orthogonalEdgeStyle;rounded=0;html=1;endArrow=block;" edge="1" parent="1" source="d_confirm" target="d_members"><mxGeometry relative="1" as="geometry"/></mxCell>
        <mxCell id="e_d_members_rollbackchk" value="Yes / standalone" style="edgeStyle=orthogonalEdgeStyle;rounded=0;html=1;endArrow=block;" edge="1" parent="1" source="d_members" target="rollbackchk"><mxGeometry relative="1" as="geometry"/></mxCell>
        <mxCell id="e_rollbackchk_commit" value="" style="edgeStyle=orthogonalEdgeStyle;rounded=0;html=1;endArrow=block;" edge="1" parent="1" source="rollbackchk" target="commit"><mxGeometry relative="1" as="geometry"/></mxCell>
        <mxCell id="e_commit_d_commit" value="" style="edgeStyle=orthogonalEdgeStyle;rounded=0;html=1;endArrow=block;" edge="1" parent="1" source="commit" target="d_commit"><mxGeometry relative="1" as="geometry"/></mxCell>
        <mxCell id="e_d_commit_sync" value="Yes" style="edgeStyle=orthogonalEdgeStyle;rounded=0;html=1;endArrow=block;" edge="1" parent="1" source="d_commit" target="sync"><mxGeometry relative="1" as="geometry"/></mxCell>
        <mxCell id="e_sync_d_remove" value="" style="edgeStyle=orthogonalEdgeStyle;rounded=0;html=1;endArrow=block;" edge="1" parent="1" source="sync" target="d_remove"><mxGeometry relative="1" as="geometry"/></mxCell>
        <mxCell id="e_remove_yes" value="Yes" style="edgeStyle=orthogonalEdgeStyle;rounded=0;html=1;endArrow=block;" edge="1" parent="1" source="d_remove" target="remove"><mxGeometry relative="1" as="geometry"/></mxCell>
        <mxCell id="e_remove_ok" value="" style="edgeStyle=orthogonalEdgeStyle;rounded=0;html=1;endArrow=block;" edge="1" parent="1" source="remove" target="ok"><mxGeometry relative="1" as="geometry"/></mxCell>
        <mxCell id="e_remove_no" value="No" style="edgeStyle=orthogonalEdgeStyle;rounded=0;html=1;endArrow=block;" edge="1" parent="1" source="d_remove" target="ok"><mxGeometry relative="1" as="geometry"/></mxCell>
      </root>
    </mxGraphModel>
  </diagram>
</mxfile>
